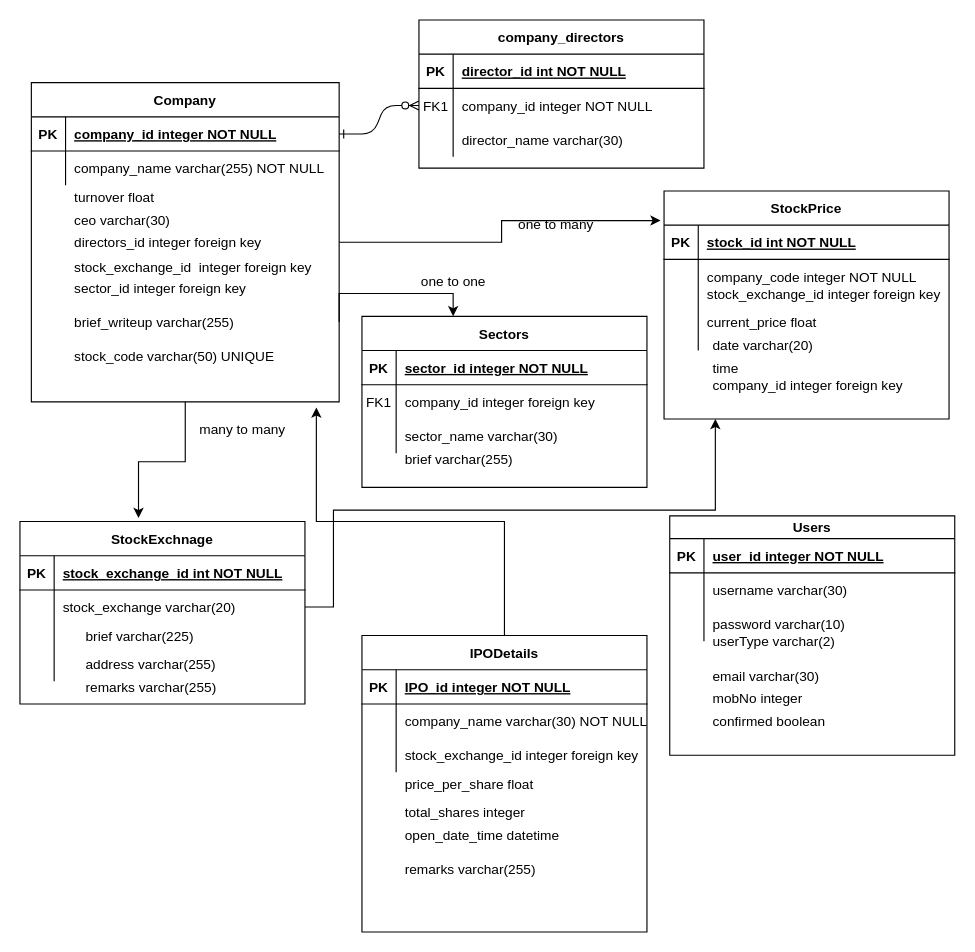
This is diagram/Untitled Diagram.drawio from Rishika-kapoor31/stockmarket, a draw.io file, before an edit. Source tidied: cells renumbered, new cells numbered last; positions are measured from the earlier drawing's top-left corner, leaving out a move shared by most shapes. Both pictures are drawn from the tidied source at 114%, with x=0, y=0 at pixel (19, 19).
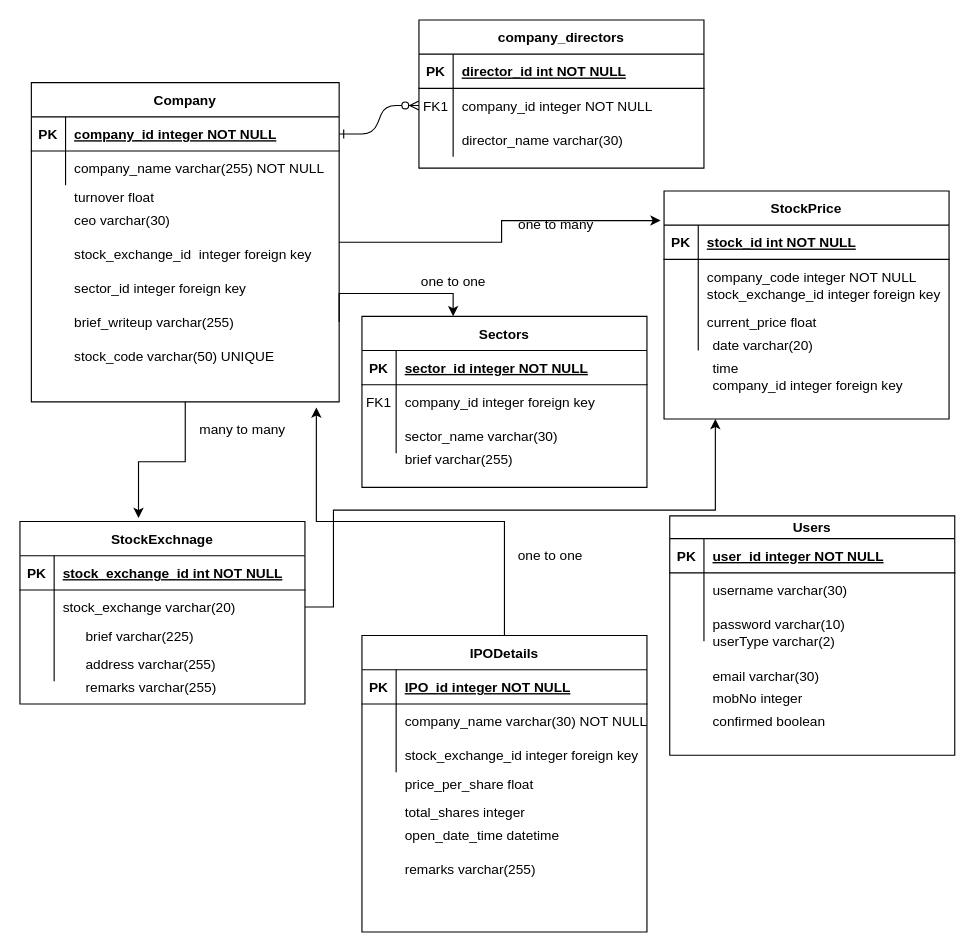
After the change.

Diff of the diagram source:
```diff
@@
-    <mxCell id="35" value="directors_id integer foreign key" style="shape=partialRectangle;overflow=hidden;fillColor=none;top=0;left=0;bottom=0;right=0;align=left;spacingLeft=6;" parent="1" vertex="1">
+    <mxCell id="35" style="shape=partialRectangle;overflow=hidden;fillColor=none;top=0;left=0;bottom=0;right=0;align=left;spacingLeft=6;" parent="1" vertex="1">
       <mxGeometry x="40" y="180" width="220" height="30" as="geometry" />
     </mxCell>
@@
     <mxCell id="41" value="stock_exchange_id  integer foreign key" style="shape=partialRectangle;overflow=hidden;fillColor=none;top=0;left=0;bottom=0;right=0;align=left;spacingLeft=6;" parent="1" vertex="1">
-      <mxGeometry x="40" y="202" width="220" height="30" as="geometry" />
+      <mxGeometry x="40" y="190" width="220" height="30" as="geometry" />
     </mxCell>
@@
+    <mxCell id="105" value="one to one" style="text;html=1;align=center;verticalAlign=middle;strokeColor=none;" parent="1" vertex="1">
+      <mxGeometry x="430" y="460" width="70" height="20" as="geometry" />
+    </mxCell>
```
